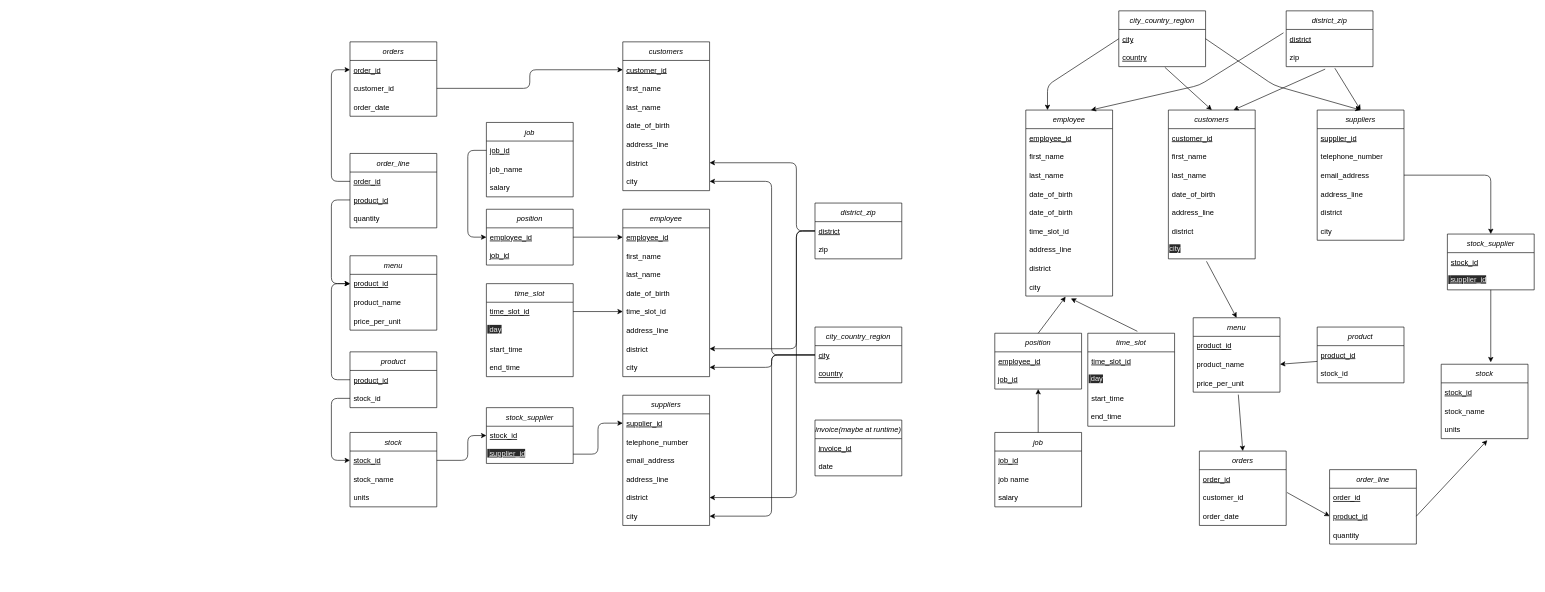
BlackTea13/Fredie-And-Friends-Coffee keeps this draw.io diagram as page "Page-1" (1 of 2) of schema.drawio. Above is the earlier version. Source tidied: cells renumbered, new cells numbered last; positions are measured from the earlier drawing's top-left corner, leaving out a move shared by most shapes. Both pictures are drawn from the tidied source at 62%, with x=0, y=0 at pixel (331, 11).
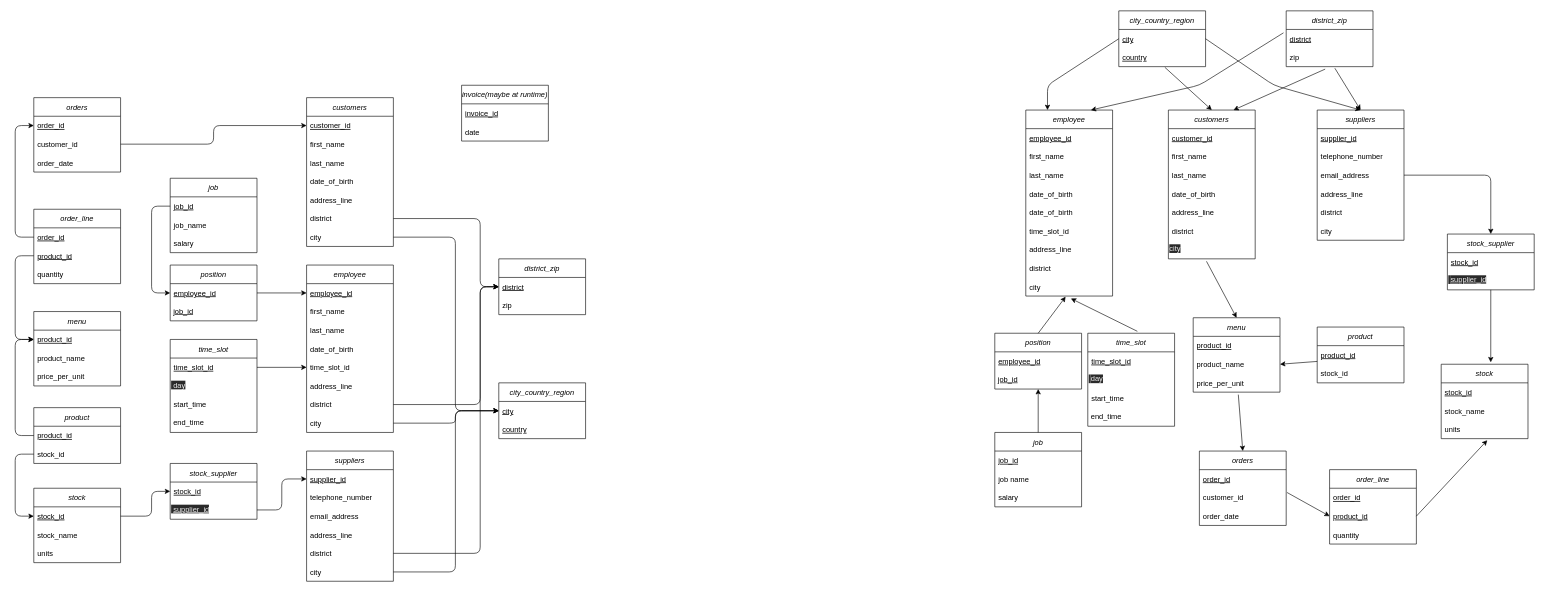
The same page after the edit.

Unchanged cells that the change refers to:
```xml
<mxCell id="3" value="stock_id" style="text;strokeColor=none;fillColor=none;align=left;verticalAlign=middle;spacingLeft=4;spacingRight=4;overflow=hidden;points=[[0,0.5],[1,0.5]];portConstraint=eastwest;fontStyle=4;" parent="2" vertex="1">
  <mxGeometry y="30" width="140" height="30" as="geometry" />
</mxCell>
<mxCell id="4" value="&lt;span style=&quot;color: rgb(240 , 240 , 240) ; font-family: &amp;#34;helvetica&amp;#34; ; font-size: 12px ; font-style: normal ; font-weight: 400 ; letter-spacing: normal ; text-align: left ; text-indent: 0px ; text-transform: none ; word-spacing: 0px ; background-color: rgb(42 , 42 , 42) ; display: inline ; float: none&quot;&gt;&amp;nbsp;&lt;/span&gt;&lt;span style=&quot;color: rgb(240 , 240 , 240) ; font-family: &amp;#34;helvetica&amp;#34; ; font-size: 12px ; font-style: normal ; font-weight: 400 ; letter-spacing: normal ; text-align: left ; text-indent: 0px ; text-transform: none ; word-spacing: 0px ; background-color: rgb(42 , 42 , 42) ; text-decoration: underline ; display: inline ; float: none&quot;&gt;supplier_id&lt;/span&gt;" style="text;whiteSpace=wrap;html=1;" parent="2" vertex="1">
  <mxGeometry y="60" width="140" height="30" as="geometry" />
</mxCell>
<mxCell id="6" value="customer_id" style="text;strokeColor=none;fillColor=none;align=left;verticalAlign=middle;spacingLeft=4;spacingRight=4;overflow=hidden;points=[[0,0.5],[1,0.5]];portConstraint=eastwest;fontStyle=4;" parent="5" vertex="1">
  <mxGeometry y="30" width="140" height="30" as="geometry" />
</mxCell>
<mxCell id="12" value="city" style="text;strokeColor=none;fillColor=none;align=left;verticalAlign=middle;spacingLeft=4;spacingRight=4;overflow=hidden;points=[[0,0.5],[1,0.5]];portConstraint=eastwest;" parent="5" vertex="1">
  <mxGeometry y="210" width="140" height="30" as="geometry" />
</mxCell>
<mxCell id="14" value="supplier_id" style="text;strokeColor=none;fillColor=none;align=left;verticalAlign=middle;spacingLeft=4;spacingRight=4;overflow=hidden;points=[[0,0.5],[1,0.5]];portConstraint=eastwest;fontStyle=4;" parent="13" vertex="1">
  <mxGeometry y="30" width="140" height="30" as="geometry" />
</mxCell>
<mxCell id="18" value="district" style="text;strokeColor=none;fillColor=none;align=left;verticalAlign=middle;spacingLeft=4;spacingRight=4;overflow=hidden;points=[[0,0.5],[1,0.5]];portConstraint=eastwest;" parent="13" vertex="1">
  <mxGeometry y="150" width="140" height="30" as="geometry" />
</mxCell>
<mxCell id="19" value="city" style="text;strokeColor=none;fillColor=none;align=left;verticalAlign=middle;spacingLeft=4;spacingRight=4;overflow=hidden;points=[[0,0.5],[1,0.5]];portConstraint=eastwest;" parent="13" vertex="1">
  <mxGeometry y="180" width="140" height="30" as="geometry" />
</mxCell>
<mxCell id="21" value="district" style="text;strokeColor=none;fillColor=none;align=left;verticalAlign=middle;spacingLeft=4;spacingRight=4;overflow=hidden;points=[[0,0.5],[1,0.5]];portConstraint=eastwest;fontStyle=4;" parent="20" vertex="1">
  <mxGeometry y="30" width="140" height="30" as="geometry" />
</mxCell>
<mxCell id="24" value="order_id" style="text;strokeColor=none;fillColor=none;align=left;verticalAlign=middle;spacingLeft=4;spacingRight=4;overflow=hidden;points=[[0,0.5],[1,0.5]];portConstraint=eastwest;fontStyle=4;" parent="23" vertex="1">
  <mxGeometry y="30" width="140" height="30" as="geometry" />
</mxCell>
<mxCell id="25" value="customer_id" style="text;strokeColor=none;fillColor=none;align=left;verticalAlign=middle;spacingLeft=4;spacingRight=4;overflow=hidden;points=[[0,0.5],[1,0.5]];portConstraint=eastwest;" parent="23" vertex="1">
  <mxGeometry y="60" width="140" height="30" as="geometry" />
</mxCell>
<mxCell id="28" value="product_id" style="text;strokeColor=none;fillColor=none;align=left;verticalAlign=middle;spacingLeft=4;spacingRight=4;overflow=hidden;points=[[0,0.5],[1,0.5]];portConstraint=eastwest;fontStyle=4;" parent="27" vertex="1">
  <mxGeometry y="30" width="140" height="30" as="geometry" />
</mxCell>
<mxCell id="37" value="city" style="text;strokeColor=none;fillColor=none;align=left;verticalAlign=middle;spacingLeft=4;spacingRight=4;overflow=hidden;points=[[0,0.5],[1,0.5]];portConstraint=eastwest;fontStyle=4;" parent="36" vertex="1">
  <mxGeometry y="30" width="140" height="30" as="geometry" />
</mxCell>
<mxCell id="43" value="order_id" style="text;strokeColor=none;fillColor=none;align=left;verticalAlign=middle;spacingLeft=4;spacingRight=4;overflow=hidden;points=[[0,0.5],[1,0.5]];portConstraint=eastwest;fontStyle=4;" parent="42" vertex="1">
  <mxGeometry y="30" width="140" height="30" as="geometry" />
</mxCell>
<mxCell id="44" value="product_id" style="text;strokeColor=none;fillColor=none;align=left;verticalAlign=middle;spacingLeft=4;spacingRight=4;overflow=hidden;points=[[0,0.5],[1,0.5]];portConstraint=eastwest;fontStyle=4;" parent="42" vertex="1">
  <mxGeometry y="60" width="140" height="30" as="geometry" />
</mxCell>
<mxCell id="53" value="district" style="text;strokeColor=none;fillColor=none;align=left;verticalAlign=middle;spacingLeft=4;spacingRight=4;overflow=hidden;points=[[0,0.5],[1,0.5]];portConstraint=eastwest;" parent="46" vertex="1">
  <mxGeometry y="210" width="140" height="30" as="geometry" />
</mxCell>
<mxCell id="54" value="city" style="text;strokeColor=none;fillColor=none;align=left;verticalAlign=middle;spacingLeft=4;spacingRight=4;overflow=hidden;points=[[0,0.5],[1,0.5]];portConstraint=eastwest;" parent="46" vertex="1">
  <mxGeometry y="240" width="140" height="30" as="geometry" />
</mxCell>
<mxCell id="56" value="employee_id" style="text;strokeColor=none;fillColor=none;align=left;verticalAlign=middle;spacingLeft=4;spacingRight=4;overflow=hidden;points=[[0,0.5],[1,0.5]];portConstraint=eastwest;fontStyle=4;" parent="55" vertex="1">
  <mxGeometry y="30" width="140" height="30" as="geometry" />
</mxCell>
<mxCell id="59" value="product_id" style="text;strokeColor=none;fillColor=none;align=left;verticalAlign=middle;spacingLeft=4;spacingRight=4;overflow=hidden;points=[[0,0.5],[1,0.5]];portConstraint=eastwest;fontStyle=4;" parent="58" vertex="1">
  <mxGeometry y="30" width="140" height="30" as="geometry" />
</mxCell>
<mxCell id="60" value="stock_id" style="text;strokeColor=none;fillColor=none;align=left;verticalAlign=middle;spacingLeft=4;spacingRight=4;overflow=hidden;points=[[0,0.5],[1,0.5]];portConstraint=eastwest;" parent="58" vertex="1">
  <mxGeometry y="60" width="140" height="30" as="geometry" />
</mxCell>
<mxCell id="62" value="job_id" style="text;strokeColor=none;fillColor=none;align=left;verticalAlign=middle;spacingLeft=4;spacingRight=4;overflow=hidden;points=[[0,0.5],[1,0.5]];portConstraint=eastwest;fontStyle=4;" parent="61" vertex="1">
  <mxGeometry y="30" width="140" height="30" as="geometry" />
</mxCell>
<mxCell id="66" value="stock_id" style="text;strokeColor=none;fillColor=none;align=left;verticalAlign=middle;spacingLeft=4;spacingRight=4;overflow=hidden;points=[[0,0.5],[1,0.5]];portConstraint=eastwest;fontStyle=4;" parent="65" vertex="1">
  <mxGeometry y="30" width="140" height="30" as="geometry" />
</mxCell>
```

Change to the diagram source:
```diff
@@
     <mxCell id="2" value="stock_supplier" style="swimlane;fontStyle=2;horizontal=1;startSize=30;" parent="1" vertex="1">
-      <mxGeometry x="250" y="640" width="140" height="90" as="geometry" />
+      <mxGeometry x="-260" y="730" width="140" height="90" as="geometry" />
     </mxCell>
@@
     <mxCell id="5" value="customers" style="swimlane;fontStyle=2;horizontal=1;startSize=30;" parent="1" vertex="1">
-      <mxGeometry x="470" y="50" width="140" height="240" as="geometry" />
+      <mxGeometry x="-40" y="140" width="140" height="240" as="geometry" />
     </mxCell>
@@
     <mxCell id="13" value="suppliers" style="swimlane;fontStyle=2;horizontal=1;startSize=30;" parent="1" vertex="1">
-      <mxGeometry x="470" y="620" width="140" height="210" as="geometry" />
+      <mxGeometry x="-40" y="710" width="140" height="210" as="geometry" />
     </mxCell>
@@
     <mxCell id="20" value="district_zip" style="swimlane;fontStyle=2;horizontal=1;startSize=30;" parent="1" vertex="1">
-      <mxGeometry x="780" y="310" width="140" height="90" as="geometry" />
+      <mxGeometry x="270" y="400" width="140" height="90" as="geometry" />
     </mxCell>
@@
     <mxCell id="23" value="orders" style="swimlane;fontStyle=2;horizontal=1;startSize=30;" parent="1" vertex="1">
-      <mxGeometry x="30" y="50" width="140" height="120" as="geometry" />
+      <mxGeometry x="-480" y="140" width="140" height="120" as="geometry" />
     </mxCell>
@@
     <mxCell id="27" value="menu" style="swimlane;fontStyle=2;horizontal=1;startSize=30;" parent="1" vertex="1">
-      <mxGeometry x="30" y="395" width="140" height="120" as="geometry" />
+      <mxGeometry x="-480" y="485" width="140" height="120" as="geometry" />
     </mxCell>
@@
     <mxCell id="31" value="time_slot" style="swimlane;fontStyle=2;horizontal=1;startSize=30;" parent="1" vertex="1">
-      <mxGeometry x="250" y="440" width="140" height="150" as="geometry" />
+      <mxGeometry x="-260" y="530" width="140" height="150" as="geometry" />
     </mxCell>
@@
     <mxCell id="36" value="city_country_region" style="swimlane;fontStyle=2;horizontal=1;startSize=30;" parent="1" vertex="1">
-      <mxGeometry x="780" y="510" width="140" height="90" as="geometry" />
+      <mxGeometry x="270" y="600" width="140" height="90" as="geometry" />
     </mxCell>
@@
     <mxCell id="39" value="invoice(maybe at runtime)" style="swimlane;fontStyle=2;horizontal=1;startSize=30;" parent="1" vertex="1">
-      <mxGeometry x="780" y="660" width="140" height="90" as="geometry" />
+      <mxGeometry x="210" y="120" width="140" height="90" as="geometry" />
     </mxCell>
@@
     <mxCell id="42" value="order_line" style="swimlane;fontStyle=2;horizontal=1;startSize=30;" parent="1" vertex="1">
-      <mxGeometry x="30" y="230" width="140" height="120" as="geometry" />
+      <mxGeometry x="-480" y="320" width="140" height="120" as="geometry" />
     </mxCell>
@@
     <mxCell id="46" value="employee" style="swimlane;fontStyle=2;horizontal=1;startSize=30;" parent="1" vertex="1">
-      <mxGeometry x="470" y="320" width="140" height="270" as="geometry" />
+      <mxGeometry x="-40" y="410" width="140" height="270" as="geometry" />
     </mxCell>
@@
     <mxCell id="55" value="position" style="swimlane;fontStyle=2;horizontal=1;startSize=30;" parent="1" vertex="1">
-      <mxGeometry x="250" y="320" width="140" height="90" as="geometry" />
+      <mxGeometry x="-260" y="410" width="140" height="90" as="geometry" />
     </mxCell>
@@
     <mxCell id="58" value="product" style="swimlane;fontStyle=2;horizontal=1;startSize=30;" parent="1" vertex="1">
-      <mxGeometry x="30" y="550" width="140" height="90" as="geometry" />
+      <mxGeometry x="-480" y="640" width="140" height="90" as="geometry" />
     </mxCell>
@@
     <mxCell id="61" value="job" style="swimlane;fontStyle=2;horizontal=1;startSize=30;" parent="1" vertex="1">
-      <mxGeometry x="250" y="180" width="140" height="120" as="geometry" />
+      <mxGeometry x="-260" y="270" width="140" height="120" as="geometry" />
     </mxCell>
@@
     <mxCell id="65" value="stock" style="swimlane;fontStyle=2;horizontal=1;startSize=30;" parent="1" vertex="1">
-      <mxGeometry x="30" y="680" width="140" height="120" as="geometry" />
+      <mxGeometry x="-480" y="770" width="140" height="120" as="geometry" />
     </mxCell>
@@
     <mxCell id="135" style="endArrow=classic;html=1;exitX=0;exitY=0.5;exitDx=0;exitDy=0;entryX=0;entryY=0.5;entryDx=0;entryDy=0;" parent="1" edge="1" source="62" target="56">
       <mxGeometry relative="1" as="geometry">
         <Array as="points">
-          <mxPoint x="220" y="225" />
-          <mxPoint x="220" y="365" />
+          <mxPoint x="-290" y="315" />
+          <mxPoint x="-290" y="455" />
         </Array>
       </mxGeometry>
     </mxCell>
@@
-    <mxCell id="137" style="endArrow=classic;html=1;exitX=0;exitY=0.5;exitDx=0;exitDy=0;" parent="1" edge="1" source="21">
+    <mxCell id="137" style="endArrow=none;html=1;exitX=0;exitY=0.5;exitDx=0;exitDy=0;startArrow=classic;startFill=1;endFill=0;" parent="1" edge="1" source="21">
       <mxGeometry relative="1" as="geometry">
-        <mxPoint x="610" y="245" as="targetPoint" />
+        <mxPoint x="100" y="335" as="targetPoint" />
         <Array as="points">
-          <mxPoint x="750" y="355" />
-          <mxPoint x="750" y="245" />
+          <mxPoint x="240" y="445" />
+          <mxPoint x="240" y="335" />
         </Array>
       </mxGeometry>
     </mxCell>
-    <mxCell id="138" style="endArrow=classic;html=1;exitX=0;exitY=0.5;exitDx=0;exitDy=0;entryX=1;entryY=0.5;entryDx=0;entryDy=0;" parent="1" edge="1" source="21" target="53">
+    <mxCell id="138" style="endArrow=none;html=1;exitX=0;exitY=0.5;exitDx=0;exitDy=0;entryX=1;entryY=0.5;entryDx=0;entryDy=0;startArrow=classic;startFill=1;endFill=0;" parent="1" edge="1" source="21" target="53">
       <mxGeometry relative="1" as="geometry">
         <Array as="points">
-          <mxPoint x="750" y="355" />
-          <mxPoint x="750" y="545" />
+          <mxPoint x="240" y="445" />
+          <mxPoint x="240" y="635" />
         </Array>
       </mxGeometry>
     </mxCell>
-    <mxCell id="139" style="endArrow=classic;html=1;exitX=0;exitY=0.5;exitDx=0;exitDy=0;entryX=1;entryY=0.5;entryDx=0;entryDy=0;" parent="1" edge="1" source="21" target="18">
+    <mxCell id="139" style="endArrow=none;html=1;exitX=0;exitY=0.5;exitDx=0;exitDy=0;entryX=1;entryY=0.5;entryDx=0;entryDy=0;endFill=0;startArrow=classic;startFill=1;" parent="1" edge="1" source="21" target="18">
       <mxGeometry relative="1" as="geometry">
         <Array as="points">
-          <mxPoint x="750" y="355" />
-          <mxPoint x="750" y="785" />
+          <mxPoint x="240" y="445" />
+          <mxPoint x="240" y="875" />
         </Array>
       </mxGeometry>
     </mxCell>
-    <mxCell id="140" style="endArrow=classic;html=1;exitX=0;exitY=0.5;exitDx=0;exitDy=0;entryX=1;entryY=0.5;entryDx=0;entryDy=0;" parent="1" edge="1" source="37" target="54">
+    <mxCell id="140" style="endArrow=none;html=1;exitX=0;exitY=0.5;exitDx=0;exitDy=0;entryX=1;entryY=0.5;entryDx=0;entryDy=0;startArrow=classic;startFill=1;endFill=0;" parent="1" edge="1" source="37" target="54">
       <mxGeometry relative="1" as="geometry">
         <Array as="points">
-          <mxPoint x="710" y="555" />
-          <mxPoint x="710" y="575" />
+          <mxPoint x="200" y="645" />
+          <mxPoint x="200" y="665" />
         </Array>
       </mxGeometry>
     </mxCell>
-    <mxCell id="141" style="endArrow=classic;html=1;exitX=0;exitY=0.5;exitDx=0;exitDy=0;entryX=1;entryY=0.5;entryDx=0;entryDy=0;" parent="1" edge="1" source="37" target="12">
+    <mxCell id="141" style="endArrow=none;html=1;exitX=0;exitY=0.5;exitDx=0;exitDy=0;entryX=1;entryY=0.5;entryDx=0;entryDy=0;startArrow=classic;startFill=1;endFill=0;" parent="1" edge="1" source="37" target="12">
       <mxGeometry relative="1" as="geometry">
         <Array as="points">
-          <mxPoint x="710" y="555" />
-          <mxPoint x="710" y="275" />
+          <mxPoint x="200" y="645" />
+          <mxPoint x="200" y="365" />
         </Array>
       </mxGeometry>
     </mxCell>
-    <mxCell id="142" style="endArrow=classic;html=1;exitX=0;exitY=0.5;exitDx=0;exitDy=0;entryX=1;entryY=0.5;entryDx=0;entryDy=0;" parent="1" edge="1" source="37" target="19">
+    <mxCell id="142" style="endArrow=none;html=1;exitX=0;exitY=0.5;exitDx=0;exitDy=0;entryX=1;entryY=0.5;entryDx=0;entryDy=0;startArrow=classic;startFill=1;endFill=0;" parent="1" edge="1" source="37" target="19">
       <mxGeometry relative="1" as="geometry">
         <Array as="points">
-          <mxPoint x="710" y="555" />
-          <mxPoint x="710" y="815" />
+          <mxPoint x="200" y="645" />
+          <mxPoint x="200" y="905" />
         </Array>
       </mxGeometry>
     </mxCell>
@@
     <mxCell id="156" style="endArrow=classic;html=1;exitX=1;exitY=0.5;exitDx=0;exitDy=0;entryX=0;entryY=0.5;entryDx=0;entryDy=0;" parent="1" edge="1" source="25" target="6">
       <mxGeometry relative="1" as="geometry">
         <Array as="points">
-          <mxPoint x="320" y="125" />
-          <mxPoint x="320" y="95" />
+          <mxPoint x="-190" y="215" />
+          <mxPoint x="-190" y="185" />
         </Array>
       </mxGeometry>
     </mxCell>
@@
     <mxCell id="160" style="endArrow=classic;html=1;exitX=0;exitY=0.5;exitDx=0;exitDy=0;entryX=0;entryY=0.5;entryDx=0;entryDy=0;" parent="1" edge="1" source="43" target="24">
       <mxGeometry relative="1" as="geometry">
         <Array as="points">
-          <mxPoint y="275" />
-          <mxPoint y="95" />
+          <mxPoint x="-510" y="365" />
+          <mxPoint x="-510" y="185" />
         </Array>
       </mxGeometry>
     </mxCell>
     <mxCell id="161" style="endArrow=classic;html=1;exitX=0;exitY=0.5;exitDx=0;exitDy=0;entryX=0;entryY=0.5;entryDx=0;entryDy=0;" parent="1" edge="1" source="44" target="28">
       <mxGeometry relative="1" as="geometry">
         <Array as="points">
-          <mxPoint y="305" />
-          <mxPoint y="440" />
+          <mxPoint x="-510" y="395" />
+          <mxPoint x="-510" y="530" />
         </Array>
       </mxGeometry>
     </mxCell>
     <mxCell id="162" style="endArrow=classic;html=1;exitX=0;exitY=0.5;exitDx=0;exitDy=0;entryX=0;entryY=0.5;entryDx=0;entryDy=0;" parent="1" edge="1" source="59" target="28">
       <mxGeometry relative="1" as="geometry">
         <Array as="points">
-          <mxPoint y="595" />
-          <mxPoint y="440" />
+          <mxPoint x="-510" y="685" />
+          <mxPoint x="-510" y="530" />
         </Array>
       </mxGeometry>
     </mxCell>
     <mxCell id="163" style="endArrow=classic;html=1;exitX=0;exitY=0.5;exitDx=0;exitDy=0;entryX=0;entryY=0.5;entryDx=0;entryDy=0;" parent="1" edge="1" source="60" target="66">
       <mxGeometry relative="1" as="geometry">
         <Array as="points">
-          <mxPoint y="625" />
-          <mxPoint y="725" />
+          <mxPoint x="-510" y="715" />
+          <mxPoint x="-510" y="815" />
         </Array>
       </mxGeometry>
     </mxCell>
     <mxCell id="164" style="endArrow=classic;html=1;exitX=1;exitY=0.5;exitDx=0;exitDy=0;entryX=0;entryY=0.5;entryDx=0;entryDy=0;" parent="1" edge="1" source="66" target="3">
       <mxGeometry relative="1" as="geometry">
         <Array as="points">
-          <mxPoint x="220" y="725" />
-          <mxPoint x="220" y="685" />
+          <mxPoint x="-290" y="815" />
+          <mxPoint x="-290" y="775" />
         </Array>
       </mxGeometry>
     </mxCell>
     <mxCell id="165" style="endArrow=classic;html=1;exitX=1;exitY=0.5;exitDx=0;exitDy=0;entryX=0;entryY=0.5;entryDx=0;entryDy=0;" parent="1" edge="1" source="4" target="14">
       <mxGeometry relative="1" as="geometry">
         <Array as="points">
-          <mxPoint x="430" y="715" />
-          <mxPoint x="430" y="665" />
+          <mxPoint x="-80" y="805" />
+          <mxPoint x="-80" y="755" />
         </Array>
       </mxGeometry>
     </mxCell>
```
